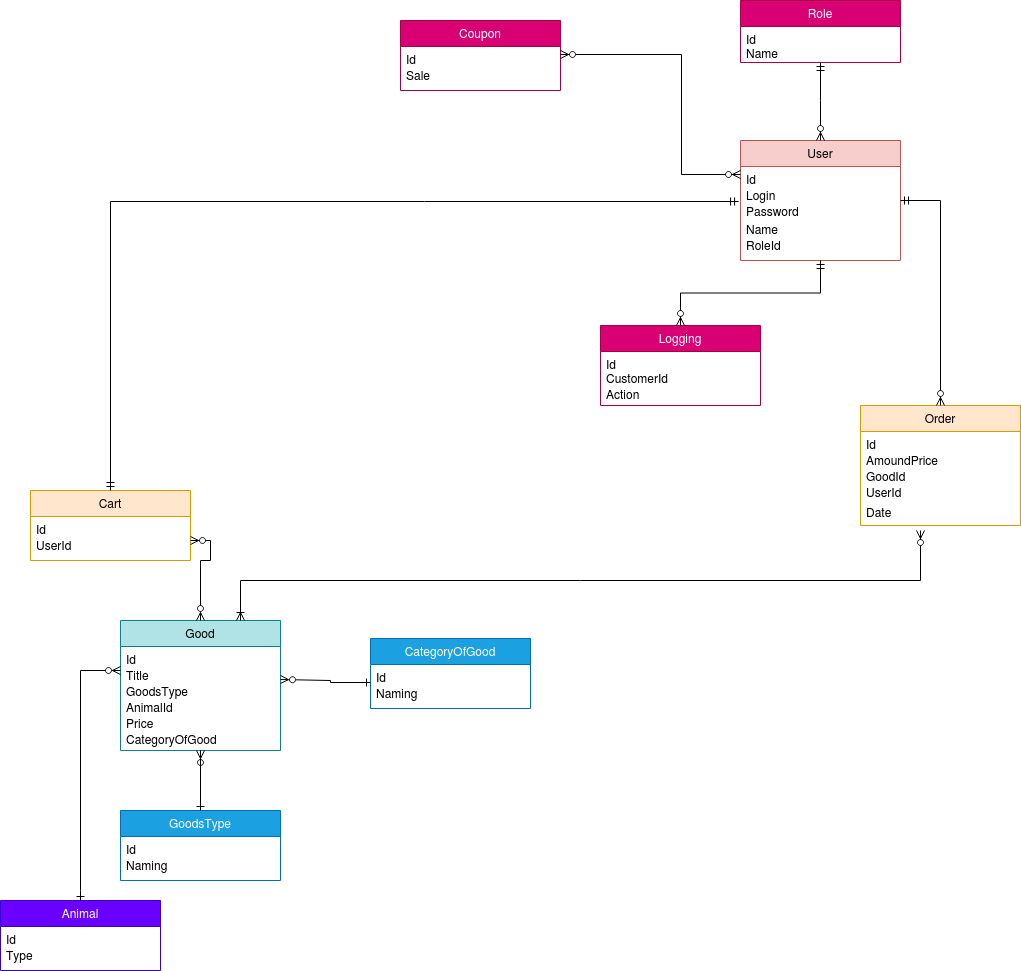
Before: pet_shop_diagram.drawio.png, a diagram exported from draw.io (Chaisy/Pet_Store). Source tidied: cells renumbered, new cells last; positions are measured from the earlier drawing's top-left corner, leaving out a move shared by most shapes.
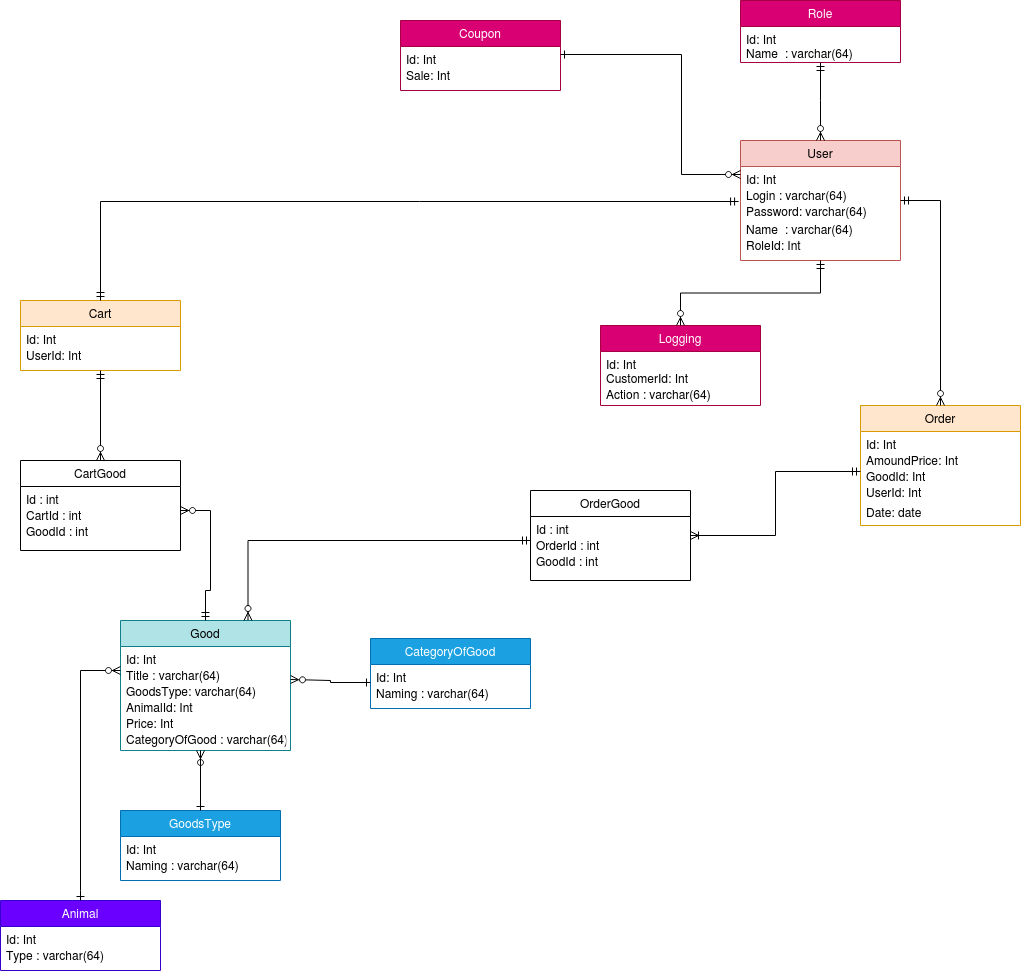
Later version of the same file.

Commit message:
adddiagrams lab2

The edit, as a diff of the source:
```diff
@@ -7,15 +7,15 @@
     </mxCell>
-    <mxCell id="3" value="Id" style="text;align=left;verticalAlign=top;spacingLeft=4;spacingRight=4;overflow=hidden;points=[[0,0.5],[1,0.5]];portConstraint=eastwest;rounded=0;shadow=0;html=0;" parent="2" vertex="1">
+    <mxCell id="3" value="Id: Int" style="text;align=left;verticalAlign=top;spacingLeft=4;spacingRight=4;overflow=hidden;points=[[0,0.5],[1,0.5]];portConstraint=eastwest;rounded=0;shadow=0;html=0;" parent="2" vertex="1">
       <mxGeometry y="26" width="160" height="16" as="geometry" />
     </mxCell>
-    <mxCell id="4" value="Login &#10;" style="text;align=left;verticalAlign=top;spacingLeft=4;spacingRight=4;overflow=hidden;rounded=0;shadow=0;html=0;" parent="2" vertex="1">
+    <mxCell id="4" value="Login : varchar(64)&#10;" style="text;align=left;verticalAlign=top;spacingLeft=4;spacingRight=4;overflow=hidden;rounded=0;shadow=0;html=0;" parent="2" vertex="1">
       <mxGeometry y="42" width="160" height="16" as="geometry" />
     </mxCell>
-    <mxCell id="5" value="Password " style="text;align=left;verticalAlign=top;spacingLeft=4;spacingRight=4;overflow=hidden;points=[[0,0.5],[1,0.5]];portConstraint=eastwest;rounded=0;shadow=0;html=0;" parent="2" vertex="1">
+    <mxCell id="5" value="Password: varchar(64)" style="text;align=left;verticalAlign=top;spacingLeft=4;spacingRight=4;overflow=hidden;points=[[0,0.5],[1,0.5]];portConstraint=eastwest;rounded=0;shadow=0;html=0;" parent="2" vertex="1">
       <mxGeometry y="58" width="160" height="18" as="geometry" />
     </mxCell>
-    <mxCell id="6" value="Name " style="text;align=left;verticalAlign=top;spacingLeft=4;spacingRight=4;overflow=hidden;" parent="2" vertex="1">
+    <mxCell id="6" value="Name  : varchar(64)" style="text;align=left;verticalAlign=top;spacingLeft=4;spacingRight=4;overflow=hidden;" parent="2" vertex="1">
       <mxGeometry y="76" width="160" height="16" as="geometry" />
     </mxCell>
-    <mxCell id="7" value="RoleId&#10;" style="text;align=left;verticalAlign=top;spacingLeft=4;spacingRight=4;overflow=hidden;" parent="2" vertex="1">
+    <mxCell id="7" value="RoleId: Int&#10;" style="text;align=left;verticalAlign=top;spacingLeft=4;spacingRight=4;overflow=hidden;" parent="2" vertex="1">
       <mxGeometry y="92" width="160" height="16" as="geometry" />
@@ -25,15 +25,15 @@
     </mxCell>
-    <mxCell id="9" value="Id" style="text;align=left;verticalAlign=top;spacingLeft=4;spacingRight=4;overflow=hidden;rounded=0;shadow=0;html=0;" parent="8" vertex="1">
+    <mxCell id="9" value="Id: Int" style="text;align=left;verticalAlign=top;spacingLeft=4;spacingRight=4;overflow=hidden;rounded=0;shadow=0;html=0;" parent="8" vertex="1">
       <mxGeometry y="26" width="160" height="16" as="geometry" />
     </mxCell>
-    <mxCell id="10" value="AmoundPrice" style="text;align=left;verticalAlign=top;spacingLeft=4;spacingRight=4;overflow=hidden;rounded=0;shadow=0;html=0;" parent="8" vertex="1">
+    <mxCell id="10" value="AmoundPrice: Int" style="text;align=left;verticalAlign=top;spacingLeft=4;spacingRight=4;overflow=hidden;rounded=0;shadow=0;html=0;" parent="8" vertex="1">
       <mxGeometry y="42" width="160" height="16" as="geometry" />
     </mxCell>
-    <mxCell id="11" value="GoodId" style="text;align=left;verticalAlign=top;spacingLeft=4;spacingRight=4;overflow=hidden;points=[[0,0.5],[1,0.5]];portConstraint=eastwest;rounded=0;shadow=0;html=0;" parent="8" vertex="1">
+    <mxCell id="11" value="GoodId: Int" style="text;align=left;verticalAlign=top;spacingLeft=4;spacingRight=4;overflow=hidden;points=[[0,0.5],[1,0.5]];portConstraint=eastwest;rounded=0;shadow=0;html=0;" parent="8" vertex="1">
       <mxGeometry y="58" width="160" height="16" as="geometry" />
     </mxCell>
-    <mxCell id="12" value="UserId" style="text;align=left;verticalAlign=top;spacingLeft=4;spacingRight=4;overflow=hidden;rounded=0;shadow=0;html=0;" parent="8" vertex="1">
+    <mxCell id="12" value="UserId: Int" style="text;align=left;verticalAlign=top;spacingLeft=4;spacingRight=4;overflow=hidden;rounded=0;shadow=0;html=0;" parent="8" vertex="1">
       <mxGeometry y="74" width="160" height="20" as="geometry" />
     </mxCell>
-    <mxCell id="13" value="Date" style="text;align=left;verticalAlign=top;spacingLeft=4;spacingRight=4;overflow=hidden;rounded=0;shadow=0;html=0;" parent="8" vertex="1">
+    <mxCell id="13" value="Date: date" style="text;align=left;verticalAlign=top;spacingLeft=4;spacingRight=4;overflow=hidden;rounded=0;shadow=0;html=0;" parent="8" vertex="1">
       <mxGeometry y="94" width="160" height="20" as="geometry" />
@@ -41,29 +41,29 @@
     <mxCell id="14" value="Good" style="swimlane;fontStyle=0;align=center;verticalAlign=top;horizontal=1;startSize=26;rounded=0;shadow=0;strokeWidth=1;fillColor=#b0e3e6;strokeColor=#0e8088;" parent="1" vertex="1">
-      <mxGeometry x="120" y="620" width="160" height="130" as="geometry" />
+      <mxGeometry x="120" y="620" width="170" height="130" as="geometry" />
     </mxCell>
-    <mxCell id="15" value="Id" style="text;align=left;verticalAlign=top;spacingLeft=4;spacingRight=4;overflow=hidden;rounded=0;shadow=0;html=0;" parent="14" vertex="1">
-      <mxGeometry y="26" width="160" height="16" as="geometry" />
+    <mxCell id="15" value="Id: Int" style="text;align=left;verticalAlign=top;spacingLeft=4;spacingRight=4;overflow=hidden;rounded=0;shadow=0;html=0;" parent="14" vertex="1">
+      <mxGeometry y="26" width="170" height="16" as="geometry" />
     </mxCell>
-    <mxCell id="16" value="Title" style="text;align=left;verticalAlign=top;spacingLeft=4;spacingRight=4;overflow=hidden;points=[[0,0.5],[1,0.5]];portConstraint=eastwest;rounded=0;shadow=0;html=0;" parent="14" vertex="1">
-      <mxGeometry y="42" width="160" height="16" as="geometry" />
+    <mxCell id="16" value="Title : varchar(64)" style="text;align=left;verticalAlign=top;spacingLeft=4;spacingRight=4;overflow=hidden;points=[[0,0.5],[1,0.5]];portConstraint=eastwest;rounded=0;shadow=0;html=0;" parent="14" vertex="1">
+      <mxGeometry y="42" width="170" height="16" as="geometry" />
     </mxCell>
-    <mxCell id="17" value="GoodsType" style="text;align=left;verticalAlign=top;spacingLeft=4;spacingRight=4;overflow=hidden;points=[[0,0.5],[1,0.5]];portConstraint=eastwest;rounded=0;shadow=0;html=0;" parent="14" vertex="1">
-      <mxGeometry y="58" width="160" height="16" as="geometry" />
+    <mxCell id="17" value="GoodsType: varchar(64)" style="text;align=left;verticalAlign=top;spacingLeft=4;spacingRight=4;overflow=hidden;points=[[0,0.5],[1,0.5]];portConstraint=eastwest;rounded=0;shadow=0;html=0;" parent="14" vertex="1">
+      <mxGeometry y="58" width="170" height="16" as="geometry" />
     </mxCell>
-    <mxCell id="18" value="AnimalId" style="text;align=left;verticalAlign=top;spacingLeft=4;spacingRight=4;overflow=hidden;rounded=0;shadow=0;html=0;" parent="14" vertex="1">
-      <mxGeometry y="74" width="160" height="16" as="geometry" />
+    <mxCell id="18" value="AnimalId: Int" style="text;align=left;verticalAlign=top;spacingLeft=4;spacingRight=4;overflow=hidden;rounded=0;shadow=0;html=0;" parent="14" vertex="1">
+      <mxGeometry y="74" width="170" height="16" as="geometry" />
     </mxCell>
-    <mxCell id="19" value="Price" style="text;align=left;verticalAlign=top;spacingLeft=4;spacingRight=4;overflow=hidden;rounded=0;shadow=0;html=0;" parent="14" vertex="1">
-      <mxGeometry y="90" width="160" height="16" as="geometry" />
+    <mxCell id="19" value="Price: Int" style="text;align=left;verticalAlign=top;spacingLeft=4;spacingRight=4;overflow=hidden;rounded=0;shadow=0;html=0;" parent="14" vertex="1">
+      <mxGeometry y="90" width="170" height="16" as="geometry" />
     </mxCell>
-    <mxCell id="20" value="CategoryOfGood" style="text;align=left;verticalAlign=top;spacingLeft=4;spacingRight=4;overflow=hidden;rounded=0;shadow=0;html=0;" parent="14" vertex="1">
-      <mxGeometry y="106" width="160" height="16" as="geometry" />
+    <mxCell id="20" value="CategoryOfGood : varchar(64)" style="text;align=left;verticalAlign=top;spacingLeft=4;spacingRight=4;overflow=hidden;rounded=0;shadow=0;html=0;" parent="14" vertex="1">
+      <mxGeometry y="106" width="170" height="16" as="geometry" />
     </mxCell>
     <mxCell id="21" value="Cart" style="swimlane;fontStyle=0;align=center;verticalAlign=top;horizontal=1;startSize=26;rounded=0;shadow=0;strokeWidth=1;fillColor=#ffe6cc;strokeColor=#d79b00;" parent="1" vertex="1">
-      <mxGeometry x="30" y="490" width="160" height="70" as="geometry" />
+      <mxGeometry x="20" y="300" width="160" height="70" as="geometry" />
     </mxCell>
-    <mxCell id="22" value="Id" style="text;align=left;verticalAlign=top;spacingLeft=4;spacingRight=4;overflow=hidden;rounded=0;shadow=0;html=0;" parent="21" vertex="1">
+    <mxCell id="22" value="Id: Int" style="text;align=left;verticalAlign=top;spacingLeft=4;spacingRight=4;overflow=hidden;rounded=0;shadow=0;html=0;" parent="21" vertex="1">
       <mxGeometry y="26" width="160" height="16" as="geometry" />
     </mxCell>
-    <mxCell id="23" value="UserId" style="text;align=left;verticalAlign=top;spacingLeft=4;spacingRight=4;overflow=hidden;points=[[0,0.5],[1,0.5]];portConstraint=eastwest;rounded=0;shadow=0;html=0;" parent="21" vertex="1">
+    <mxCell id="23" value="UserId: Int" style="text;align=left;verticalAlign=top;spacingLeft=4;spacingRight=4;overflow=hidden;points=[[0,0.5],[1,0.5]];portConstraint=eastwest;rounded=0;shadow=0;html=0;" parent="21" vertex="1">
       <mxGeometry y="42" width="160" height="16" as="geometry" />
@@ -73,6 +73,6 @@
     </mxCell>
-    <mxCell id="25" value="Id" style="text;align=left;verticalAlign=top;spacingLeft=4;spacingRight=4;overflow=hidden;rounded=0;shadow=0;html=0;" parent="24" vertex="1">
+    <mxCell id="25" value="Id: Int" style="text;align=left;verticalAlign=top;spacingLeft=4;spacingRight=4;overflow=hidden;rounded=0;shadow=0;html=0;" parent="24" vertex="1">
       <mxGeometry y="26" width="160" height="14" as="geometry" />
     </mxCell>
-    <mxCell id="26" value="Name " style="text;align=left;verticalAlign=top;spacingLeft=4;spacingRight=4;overflow=hidden;" parent="24" vertex="1">
+    <mxCell id="26" value="Name  : varchar(64)" style="text;align=left;verticalAlign=top;spacingLeft=4;spacingRight=4;overflow=hidden;" parent="24" vertex="1">
       <mxGeometry y="40" width="160" height="16" as="geometry" />
@@ -89,6 +89,6 @@
     </mxCell>
-    <mxCell id="29" value="Id" style="text;align=left;verticalAlign=top;spacingLeft=4;spacingRight=4;overflow=hidden;rounded=0;shadow=0;html=0;" parent="28" vertex="1">
+    <mxCell id="29" value="Id: Int" style="text;align=left;verticalAlign=top;spacingLeft=4;spacingRight=4;overflow=hidden;rounded=0;shadow=0;html=0;" parent="28" vertex="1">
       <mxGeometry y="26" width="160" height="16" as="geometry" />
     </mxCell>
-    <mxCell id="30" value="Naming" style="text;align=left;verticalAlign=top;spacingLeft=4;spacingRight=4;overflow=hidden;rounded=0;shadow=0;html=0;" parent="28" vertex="1">
+    <mxCell id="30" value="Naming : varchar(64)" style="text;align=left;verticalAlign=top;spacingLeft=4;spacingRight=4;overflow=hidden;rounded=0;shadow=0;html=0;" parent="28" vertex="1">
       <mxGeometry y="42" width="160" height="16" as="geometry" />
@@ -109,6 +109,6 @@
     </mxCell>
-    <mxCell id="34" value="Id" style="text;align=left;verticalAlign=top;spacingLeft=4;spacingRight=4;overflow=hidden;rounded=0;shadow=0;html=0;" parent="33" vertex="1">
+    <mxCell id="34" value="Id: Int" style="text;align=left;verticalAlign=top;spacingLeft=4;spacingRight=4;overflow=hidden;rounded=0;shadow=0;html=0;" parent="33" vertex="1">
       <mxGeometry y="26" width="160" height="16" as="geometry" />
     </mxCell>
-    <mxCell id="35" value="Naming" style="text;align=left;verticalAlign=top;spacingLeft=4;spacingRight=4;overflow=hidden;points=[[0,0.5],[1,0.5]];portConstraint=eastwest;rounded=0;shadow=0;html=0;" parent="33" vertex="1">
+    <mxCell id="35" value="Naming : varchar(64)" style="text;align=left;verticalAlign=top;spacingLeft=4;spacingRight=4;overflow=hidden;points=[[0,0.5],[1,0.5]];portConstraint=eastwest;rounded=0;shadow=0;html=0;" parent="33" vertex="1">
       <mxGeometry y="42" width="160" height="16" as="geometry" />
@@ -118,6 +118,6 @@
     </mxCell>
-    <mxCell id="37" value="Id" style="text;align=left;verticalAlign=top;spacingLeft=4;spacingRight=4;overflow=hidden;rounded=0;shadow=0;html=0;" parent="36" vertex="1">
+    <mxCell id="37" value="Id: Int" style="text;align=left;verticalAlign=top;spacingLeft=4;spacingRight=4;overflow=hidden;rounded=0;shadow=0;html=0;" parent="36" vertex="1">
       <mxGeometry y="26" width="160" height="16" as="geometry" />
     </mxCell>
-    <mxCell id="38" value="Type" style="text;align=left;verticalAlign=top;spacingLeft=4;spacingRight=4;overflow=hidden;rounded=0;shadow=0;html=0;" parent="36" vertex="1">
+    <mxCell id="38" value="Type : varchar(64)" style="text;align=left;verticalAlign=top;spacingLeft=4;spacingRight=4;overflow=hidden;rounded=0;shadow=0;html=0;" parent="36" vertex="1">
       <mxGeometry y="42" width="160" height="16" as="geometry" />
@@ -132,11 +132,2 @@
     </mxCell>
-    <mxCell id="40" style="edgeStyle=orthogonalEdgeStyle;fontSize=12;html=1;endArrow=ERzeroToMany;endFill=1;rounded=0;entryX=1;entryY=0.5;entryDx=0;entryDy=0;startArrow=ERzeroToMany;startFill=0;exitX=0.5;exitY=0;exitDx=0;exitDy=0;" parent="1" edge="1" source="14" target="23">
-      <mxGeometry relative="1" as="geometry">
-        <Array as="points">
-          <mxPoint x="200" y="560" />
-          <mxPoint x="210" y="560" />
-          <mxPoint x="210" y="540" />
-        </Array>
-      </mxGeometry>
-    </mxCell>
     <mxCell id="41" style="edgeStyle=orthogonalEdgeStyle;fontSize=12;html=1;endArrow=ERmandOne;startArrow=ERmandOne;rounded=0;entryX=-0.012;entryY=0.167;entryDx=0;entryDy=0;entryPerimeter=0;exitX=0.5;exitY=0;exitDx=0;exitDy=0;" parent="1" edge="1" source="21" target="5">
@@ -147,10 +138,2 @@
     </mxCell>
-    <mxCell id="43" style="edgeStyle=orthogonalEdgeStyle;fontSize=12;html=1;endArrow=ERoneToMany;startArrow=ERzeroToMany;rounded=0;entryX=0.75;entryY=0;entryDx=0;entryDy=0;" parent="1" edge="1" target="14">
-      <mxGeometry relative="1" as="geometry">
-        <mxPoint x="920" y="530" as="sourcePoint" />
-        <Array as="points">
-          <mxPoint x="240" y="580" />
-        </Array>
-      </mxGeometry>
-    </mxCell>
     <mxCell id="44" value="Logging" style="swimlane;fontStyle=0;align=center;verticalAlign=top;horizontal=1;startSize=26;rounded=0;shadow=0;strokeWidth=1;fillColor=#d80073;strokeColor=#A50040;fontColor=#ffffff;" parent="1" vertex="1">
@@ -158,9 +141,9 @@
     </mxCell>
-    <mxCell id="45" value="Id" style="text;align=left;verticalAlign=top;spacingLeft=4;spacingRight=4;overflow=hidden;rounded=0;shadow=0;html=0;" parent="44" vertex="1">
+    <mxCell id="45" value="Id: Int" style="text;align=left;verticalAlign=top;spacingLeft=4;spacingRight=4;overflow=hidden;rounded=0;shadow=0;html=0;" parent="44" vertex="1">
       <mxGeometry y="26" width="160" height="14" as="geometry" />
     </mxCell>
-    <mxCell id="46" value="CustomerId" style="text;align=left;verticalAlign=top;spacingLeft=4;spacingRight=4;overflow=hidden;" parent="44" vertex="1">
+    <mxCell id="46" value="CustomerId: Int" style="text;align=left;verticalAlign=top;spacingLeft=4;spacingRight=4;overflow=hidden;" parent="44" vertex="1">
       <mxGeometry y="40" width="160" height="16" as="geometry" />
     </mxCell>
-    <mxCell id="47" value="Action&#10;" style="text;align=left;verticalAlign=top;spacingLeft=4;spacingRight=4;overflow=hidden;" parent="44" vertex="1">
+    <mxCell id="47" value="Action : varchar(64)&#10;" style="text;align=left;verticalAlign=top;spacingLeft=4;spacingRight=4;overflow=hidden;" parent="44" vertex="1">
       <mxGeometry y="56" width="160" height="16" as="geometry" />
@@ -181,9 +164,9 @@
     </mxCell>
-    <mxCell id="51" value="Id" style="text;align=left;verticalAlign=top;spacingLeft=4;spacingRight=4;overflow=hidden;points=[[0,0.5],[1,0.5]];portConstraint=eastwest;rounded=0;shadow=0;html=0;" parent="50" vertex="1">
+    <mxCell id="51" value="Id: Int" style="text;align=left;verticalAlign=top;spacingLeft=4;spacingRight=4;overflow=hidden;points=[[0,0.5],[1,0.5]];portConstraint=eastwest;rounded=0;shadow=0;html=0;" parent="50" vertex="1">
       <mxGeometry y="26" width="160" height="16" as="geometry" />
     </mxCell>
-    <mxCell id="52" value="Sale" style="text;align=left;verticalAlign=top;spacingLeft=4;spacingRight=4;overflow=hidden;rounded=0;shadow=0;html=0;" parent="50" vertex="1">
+    <mxCell id="52" value="Sale: Int" style="text;align=left;verticalAlign=top;spacingLeft=4;spacingRight=4;overflow=hidden;rounded=0;shadow=0;html=0;" parent="50" vertex="1">
       <mxGeometry y="42" width="160" height="16" as="geometry" />
     </mxCell>
-    <mxCell id="53" style="edgeStyle=elbowEdgeStyle;fontSize=12;html=1;endArrow=ERzeroToMany;endFill=1;startArrow=ERzeroToMany;rounded=0;entryX=1;entryY=0.5;entryDx=0;entryDy=0;exitX=0;exitY=0.5;exitDx=0;exitDy=0;" parent="1" edge="1" source="3" target="51">
+    <mxCell id="53" style="edgeStyle=elbowEdgeStyle;fontSize=12;html=1;endArrow=ERone;endFill=0;startArrow=ERzeroToMany;rounded=0;entryX=1;entryY=0.5;entryDx=0;entryDy=0;exitX=0;exitY=0.5;exitDx=0;exitDy=0;" parent="1" edge="1" source="3" target="51">
       <mxGeometry relative="1" as="geometry">
@@ -194,2 +177,44 @@
     </mxCell>
+    <mxCell id="54" value="CartGood" style="swimlane;fontStyle=0;align=center;verticalAlign=top;horizontal=1;startSize=26;rounded=0;shadow=0;strokeWidth=1;" parent="1" vertex="1">
+      <mxGeometry x="20" y="460" width="160" height="90" as="geometry" />
+    </mxCell>
+    <mxCell id="55" value="Id : int" style="text;align=left;verticalAlign=top;spacingLeft=4;spacingRight=4;overflow=hidden;rounded=0;shadow=0;html=0;" parent="54" vertex="1">
+      <mxGeometry y="26" width="160" height="16" as="geometry" />
+    </mxCell>
+    <mxCell id="56" value="CartId : int" style="text;align=left;verticalAlign=top;spacingLeft=4;spacingRight=4;overflow=hidden;points=[[0,0.5],[1,0.5]];portConstraint=eastwest;rounded=0;shadow=0;html=0;" parent="54" vertex="1">
+      <mxGeometry y="42" width="160" height="16" as="geometry" />
+    </mxCell>
+    <mxCell id="57" value="GoodId : int" style="text;align=left;verticalAlign=top;spacingLeft=4;spacingRight=4;overflow=hidden;rounded=0;shadow=0;html=0;" parent="54" vertex="1">
+      <mxGeometry y="58" width="160" height="16" as="geometry" />
+    </mxCell>
+    <mxCell id="58" style="edgeStyle=orthogonalEdgeStyle;fontSize=12;html=1;endArrow=ERzeroToMany;startArrow=ERmandOne;rounded=0;entryX=1;entryY=0.5;entryDx=0;entryDy=0;exitX=0.5;exitY=0;exitDx=0;exitDy=0;" parent="1" edge="1" source="14" target="56">
+      <mxGeometry relative="1" as="geometry">
+        <Array as="points">
+          <mxPoint x="205" y="590" />
+          <mxPoint x="210" y="590" />
+          <mxPoint x="210" y="510" />
+        </Array>
+      </mxGeometry>
+    </mxCell>
+    <mxCell id="59" style="edgeStyle=orthogonalEdgeStyle;fontSize=12;html=1;endArrow=ERzeroToMany;startArrow=ERmandOne;rounded=0;exitX=0.5;exitY=1;exitDx=0;exitDy=0;entryX=0.5;entryY=0;entryDx=0;entryDy=0;" parent="1" edge="1" source="21" target="54">
+      <mxGeometry relative="1" as="geometry" />
+    </mxCell>
+    <mxCell id="60" value="OrderGood" style="swimlane;fontStyle=0;align=center;verticalAlign=top;horizontal=1;startSize=26;rounded=0;shadow=0;strokeWidth=1;" parent="1" vertex="1">
+      <mxGeometry x="530" y="490" width="160" height="90" as="geometry" />
+    </mxCell>
+    <mxCell id="61" value="Id : int" style="text;align=left;verticalAlign=top;spacingLeft=4;spacingRight=4;overflow=hidden;rounded=0;shadow=0;html=0;" parent="60" vertex="1">
+      <mxGeometry y="26" width="160" height="16" as="geometry" />
+    </mxCell>
+    <mxCell id="62" value="OrderId : int" style="text;align=left;verticalAlign=top;spacingLeft=4;spacingRight=4;overflow=hidden;points=[[0,0.5],[1,0.5]];portConstraint=eastwest;rounded=0;shadow=0;html=0;" parent="60" vertex="1">
+      <mxGeometry y="42" width="160" height="16" as="geometry" />
+    </mxCell>
+    <mxCell id="63" value="GoodId : int" style="text;align=left;verticalAlign=top;spacingLeft=4;spacingRight=4;overflow=hidden;rounded=0;shadow=0;html=0;" parent="60" vertex="1">
+      <mxGeometry y="58" width="160" height="16" as="geometry" />
+    </mxCell>
+    <mxCell id="64" style="edgeStyle=orthogonalEdgeStyle;fontSize=12;html=1;endArrow=ERzeroToMany;startArrow=ERmandOne;rounded=0;exitX=0;exitY=0.5;exitDx=0;exitDy=0;entryX=0.75;entryY=0;entryDx=0;entryDy=0;" parent="1" edge="1" source="62" target="14">
+      <mxGeometry relative="1" as="geometry" />
+    </mxCell>
+    <mxCell id="65" style="edgeStyle=orthogonalEdgeStyle;fontSize=12;html=1;endArrow=ERoneToMany;startArrow=ERmandOne;rounded=0;entryX=1;entryY=0.5;entryDx=0;entryDy=0;exitX=0;exitY=0.5;exitDx=0;exitDy=0;" parent="1" edge="1" source="11" target="60">
+      <mxGeometry relative="1" as="geometry" />
+    </mxCell>
   </root>
```
